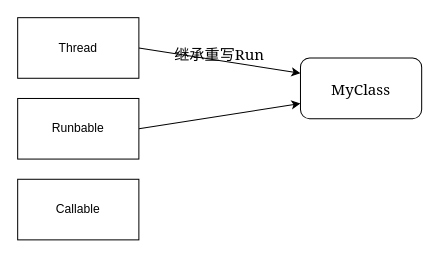
Earlier version of the draw.io diagram img/JUC.drawio (JustinMa972/ImageHosting). Source tidied: cells renumbered, new cells numbered last; positions are measured from the earlier drawing's top-left corner, leaving out a move shared by most shapes. Both pictures are drawn from the tidied source at 101%, with x=0, y=0 at pixel (17, 17).
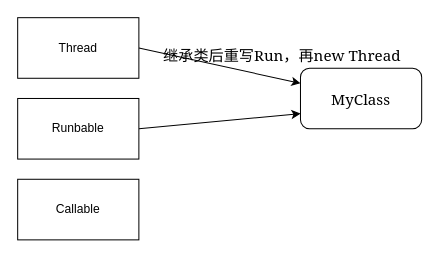
Above is the later version.

Diff of the diagram source:
```diff
@@
 <mxGraphModel>
   <root>
     <mxCell id="0" />
     <mxCell id="1" parent="0" />
     <mxCell id="2" style="rounded=0;jettySize=auto;html=1;exitX=1;exitY=0.5;exitDx=0;exitDy=0;entryX=0;entryY=0.25;entryDx=0;entryDy=0;fontFamily=Georgia;fontSize=15;" parent="1" edge="1" source="3" target="7">
       <mxGeometry relative="1" as="geometry" />
     </mxCell>
     <mxCell id="3" value="Thread" style="rounded=0;whiteSpace=wrap;html=1;" parent="1" vertex="1">
       <mxGeometry width="120" height="60" as="geometry" />
     </mxCell>
     <mxCell id="4" style="edgeStyle=none;rounded=0;jettySize=auto;html=1;exitX=1;exitY=0.5;exitDx=0;exitDy=0;entryX=0;entryY=0.75;entryDx=0;entryDy=0;fontFamily=Georgia;fontSize=15;" parent="1" edge="1" source="5" target="7">
       <mxGeometry relative="1" as="geometry" />
     </mxCell>
     <mxCell id="5" value="Runbable" style="rounded=0;whiteSpace=wrap;html=1;" parent="1" vertex="1">
       <mxGeometry y="80" width="120" height="60" as="geometry" />
     </mxCell>
     <mxCell id="6" value="Callable" style="rounded=0;whiteSpace=wrap;html=1;" parent="1" vertex="1">
       <mxGeometry y="160" width="120" height="60" as="geometry" />
     </mxCell>
     <mxCell id="7" value="MyClass" style="rounded=1;whiteSpace=wrap;html=1;fontFamily=Georgia;fontSize=15;" parent="1" vertex="1">
-      <mxGeometry x="280" y="40" width="120" height="60" as="geometry" />
+      <mxGeometry x="280" y="50" width="120" height="60" as="geometry" />
     </mxCell>
-    <mxCell id="8" value="继承重写Run" style="text;html=1;strokeColor=none;fillColor=none;align=center;verticalAlign=middle;whiteSpace=wrap;rounded=0;fontFamily=Georgia;fontSize=15;" parent="1" vertex="1">
-      <mxGeometry x="140" y="20" width="120" height="30" as="geometry" />
+    <mxCell id="8" value="继承类后重写Run，再new Thread" style="text;html=1;strokeColor=none;fillColor=none;align=center;verticalAlign=middle;whiteSpace=wrap;rounded=0;fontFamily=Georgia;fontSize=15;" parent="1" vertex="1">
+      <mxGeometry x="117" y="21" width="290" height="30" as="geometry" />
     </mxCell>
   </root>
 </mxGraphModel>
```
